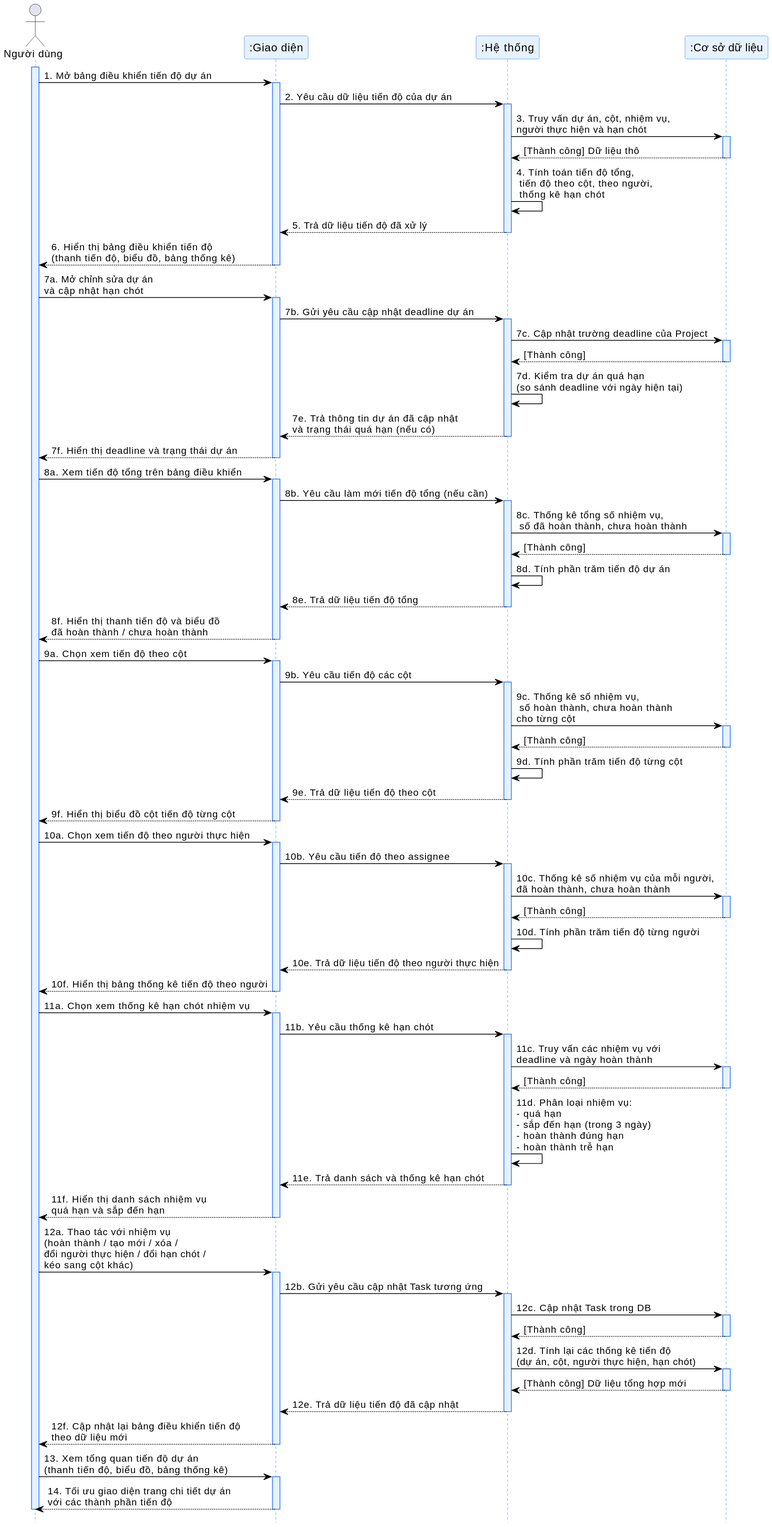
Earlier version of the PlantUML export bao-cao/sprint_6/tuantu.svg (tuanxx31/QLDA).
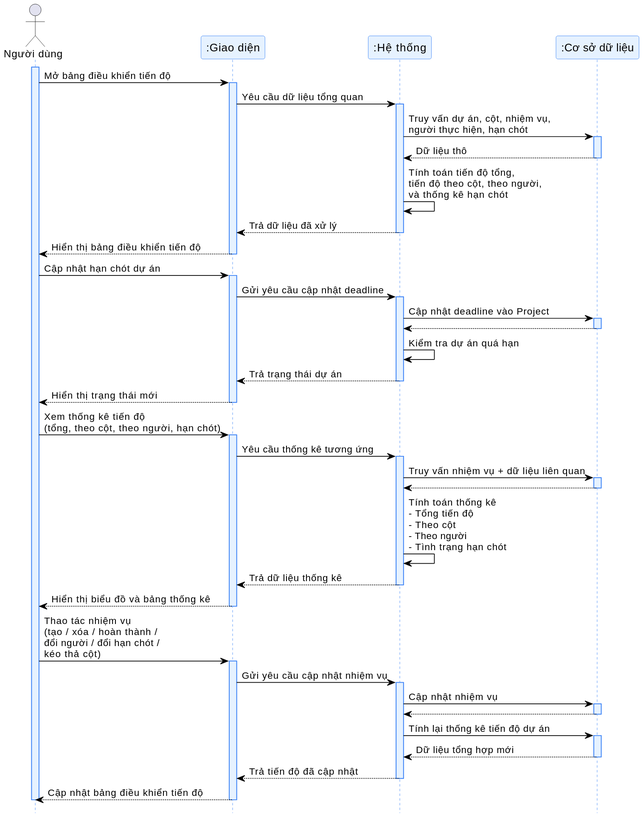
After the commit.

What changed in the source:
```diff
@@ -19,115 +19,68 @@
 
 activate User
 
-User -> UI: 1. Mở bảng điều khiển tiến độ dự án
+User -> UI: Mở bảng điều khiển tiến độ
 activate UI
-UI -> System: 2. Yêu cầu dữ liệu tiến độ của dự án
+UI -> System: Yêu cầu dữ liệu tổng quan
 activate System
-System -> DB: 3. Truy vấn dự án, cột, nhiệm vụ,\nngười thực hiện và hạn chót
+System -> DB: Truy vấn dự án, cột, nhiệm vụ,\nngười thực hiện, hạn chót
 activate DB
-DB --> System: [Thành công] Dữ liệu thô
+DB --> System: Dữ liệu thô
 deactivate DB
 
-System -> System: 4. Tính toán tiến độ tổng,\n tiến độ theo cột, theo người,\n thống kê hạn chót
-System --> UI: 5. Trả dữ liệu tiến độ đã xử lý
+System -> System: Tính toán tiến độ tổng,\ntiến độ theo cột, theo người,\nvà thống kê hạn chót
+System --> UI: Trả dữ liệu đã xử lý
 deactivate System
-UI --> User: 6. Hiển thị bảng điều khiển tiến độ\n(thanh tiến độ, biểu đồ, bảng thống kê)
+UI --> User: Hiển thị bảng điều khiển tiến độ
 deactivate UI
 
-User -> UI: 7a. Mở chỉnh sửa dự án\nvà cập nhật hạn chót
+User -> UI: Cập nhật hạn chót dự án
 activate UI
-UI -> System: 7b. Gửi yêu cầu cập nhật deadline dự án
+UI -> System: Gửi yêu cầu cập nhật deadline
 activate System
-System -> DB: 7c. Cập nhật trường deadline của Project
+System -> DB: Cập nhật deadline vào Project
 activate DB
-DB --> System: [Thành công]
+DB --> System
 deactivate DB
 
-System -> System: 7d. Kiểm tra dự án quá hạn\n(so sánh deadline với ngày hiện tại)
-System --> UI: 7e. Trả thông tin dự án đã cập nhật\nvà trạng thái quá hạn (nếu có)
+System -> System: Kiểm tra dự án quá hạn
+System --> UI: Trả trạng thái dự án
 deactivate System
-UI --> User: 7f. Hiển thị deadline và trạng thái dự án
+UI --> User: Hiển thị trạng thái mới
 deactivate UI
 
-User -> UI: 8a. Xem tiến độ tổng trên bảng điều khiển
+User -> UI: Xem thống kê tiến độ\n(tổng, theo cột, theo người, hạn chót)
 activate UI
-UI -> System: 8b. Yêu cầu làm mới tiến độ tổng (nếu cần)
+UI -> System: Yêu cầu thống kê tương ứng
 activate System
-System -> DB: 8c. Thống kê tổng số nhiệm vụ,\n số đã hoàn thành, chưa hoàn thành
+System -> DB: Truy vấn nhiệm vụ + dữ liệu liên quan
 activate DB
-DB --> System: [Thành công]
+DB --> System
 deactivate DB
-System -> System: 8d. Tính phần trăm tiến độ dự án
-System --> UI: 8e. Trả dữ liệu tiến độ tổng
+
+System -> System: Tính toán thống kê\n- Tổng tiến độ\n- Theo cột\n- Theo người\n- Tình trạng hạn chót
+System --> UI: Trả dữ liệu thống kê
 deactivate System
-UI --> User: 8f. Hiển thị thanh tiến độ và biểu đồ\nđã hoàn thành / chưa hoàn thành
+UI --> User: Hiển thị biểu đồ và bảng thống kê
 deactivate UI
 
-User -> UI: 9a. Chọn xem tiến độ theo cột
+User -> UI: Thao tác nhiệm vụ\n(tạo / xóa / hoàn thành /\nđổi người / đổi hạn chót /\nkéo thả cột)
 activate UI
-UI -> System: 9b. Yêu cầu tiến độ các cột
+UI -> System: Gửi yêu cầu cập nhật nhiệm vụ
 activate System
-System -> DB: 9c. Thống kê số nhiệm vụ,\n số hoàn thành, chưa hoàn thành\ncho từng cột
+System -> DB: Cập nhật nhiệm vụ
 activate DB
-DB --> System: [Thành công]
-deactivate DB
-System -> System: 9d. Tính phần trăm tiến độ từng cột
-System --> UI: 9e. Trả dữ liệu tiến độ theo cột
-deactivate System
-UI --> User: 9f. Hiển thị biểu đồ cột tiến độ từng cột
-deactivate UI
-
-User -> UI: 10a. Chọn xem tiến độ theo người thực hiện
-activate UI
-UI -> System: 10b. Yêu cầu tiến độ theo assignee
-activate System
-System -> DB: 10c. Thống kê số nhiệm vụ của mỗi người,\nđã hoàn thành, chưa hoàn thành
-activate DB
-DB --> System: [Thành công]
-deactivate DB
-System -> System: 10d. Tính phần trăm tiến độ từng người
-System --> UI: 10e. Trả dữ liệu tiến độ theo người thực hiện
-deactivate System
-UI --> User: 10f. Hiển thị bảng thống kê tiến độ theo người
-deactivate UI
-
-User -> UI: 11a. Chọn xem thống kê hạn chót nhiệm vụ
-activate UI
-UI -> System: 11b. Yêu cầu thống kê hạn chót
-activate System
-System -> DB: 11c. Truy vấn các nhiệm vụ với\ndeadline và ngày hoàn thành
-activate DB
-DB --> System: [Thành công]
+DB --> System
 deactivate DB
 
-System -> System: 11d. Phân loại nhiệm vụ:\n- quá hạn\n- sắp đến hạn (trong 3 ngày)\n- hoàn thành đúng hạn\n- hoàn thành trễ hạn
-System --> UI: 11e. Trả danh sách và thống kê hạn chót
-deactivate System
-UI --> User: 11f. Hiển thị danh sách nhiệm vụ\nquá hạn và sắp đến hạn
-deactivate UI
-
-User -> UI: 12a. Thao tác với nhiệm vụ\n(hoàn thành / tạo mới / xóa /\nđổi người thực hiện / đổi hạn chót /\nkéo sang cột khác)
-activate UI
-UI -> System: 12b. Gửi yêu cầu cập nhật Task tương ứng
-activate System
-System -> DB: 12c. Cập nhật Task trong DB
+System -> DB: Tính lại thống kê tiến độ dự án
 activate DB
-DB --> System: [Thành công]
+DB --> System: Dữ liệu tổng hợp mới
 deactivate DB
 
-System -> DB: 12d. Tính lại các thống kê tiến độ\n(dự án, cột, người thực hiện, hạn chót)
-activate DB
-DB --> System: [Thành công] Dữ liệu tổng hợp mới
-deactivate DB
-
-System --> UI: 12e. Trả dữ liệu tiến độ đã cập nhật
+System --> UI: Trả tiến độ đã cập nhật
 deactivate System
-UI --> User: 12f. Cập nhật lại bảng điều khiển tiến độ\ntheo dữ liệu mới
-deactivate UI
-
-User -> UI: 13. Xem tổng quan tiến độ dự án\n(thanh tiến độ, biểu đồ, bảng thống kê)
-activate UI
-UI --> User: 14. Tối ưu giao diện trang chi tiết dự án\nvới các thành phần tiến độ
+UI --> User: Cập nhật bảng điều khiển tiến độ
 deactivate UI
 
 deactivate User
```
